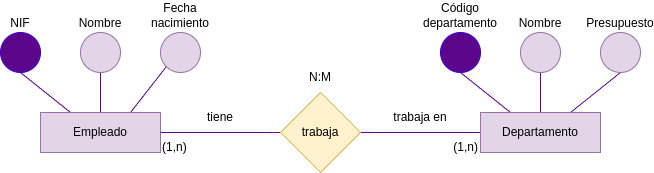
Before: entity-relationship-model/images/relationship-n-m_works2.png, a diagram exported from draw.io (ull-cs/adbd). Source tidied: cells renumbered, new cells last; positions are measured from the earlier drawing's top-left corner, leaving out a move shared by most shapes. Its diagram source:
```xml
<mxGraphModel>
  <root>
    <mxCell id="0" />
    <mxCell id="1" parent="0" />
    <mxCell id="2" style="edgeStyle=none;html=1;exitX=0.25;exitY=0;exitDx=0;exitDy=0;entryX=0.5;entryY=1;entryDx=0;entryDy=0;strokeColor=#5C068C;endArrow=none;endFill=0;" parent="1" edge="1" source="6" target="13">
      <mxGeometry relative="1" as="geometry" />
    </mxCell>
    <mxCell id="3" style="edgeStyle=none;html=1;exitX=0.5;exitY=0;exitDx=0;exitDy=0;entryX=0.5;entryY=1;entryDx=0;entryDy=0;strokeColor=#5C068C;endArrow=none;endFill=0;" parent="1" edge="1" source="6" target="14">
      <mxGeometry relative="1" as="geometry" />
    </mxCell>
    <mxCell id="4" style="edgeStyle=none;html=1;exitX=0.75;exitY=0;exitDx=0;exitDy=0;entryX=0.5;entryY=1;entryDx=0;entryDy=0;strokeColor=#5C068C;endArrow=none;endFill=0;" parent="1" edge="1" source="6" target="15">
      <mxGeometry relative="1" as="geometry" />
    </mxCell>
    <mxCell id="5" style="edgeStyle=none;html=1;exitX=0;exitY=0.5;exitDx=0;exitDy=0;entryX=1;entryY=0.5;entryDx=0;entryDy=0;endArrow=none;endFill=0;strokeColor=#5C068C;" parent="1" edge="1" source="6" target="18">
      <mxGeometry relative="1" as="geometry" />
    </mxCell>
    <mxCell id="6" value="Departamento" style="rounded=0;whiteSpace=wrap;html=1;fillColor=#e1d5e7;strokeColor=#9673a6;" parent="1" vertex="1">
      <mxGeometry x="480" y="80" width="120" height="40" as="geometry" />
    </mxCell>
    <mxCell id="7" style="edgeStyle=none;html=1;exitX=0.25;exitY=0;exitDx=0;exitDy=0;entryX=0.5;entryY=1;entryDx=0;entryDy=0;strokeColor=#5C068C;endArrow=none;endFill=0;" parent="1" edge="1" source="16" target="10">
      <mxGeometry relative="1" as="geometry" />
    </mxCell>
    <mxCell id="8" style="edgeStyle=none;html=1;exitX=0.5;exitY=0;exitDx=0;exitDy=0;entryX=0.5;entryY=1;entryDx=0;entryDy=0;strokeColor=#5C068C;endArrow=none;endFill=0;" parent="1" edge="1" source="16" target="11">
      <mxGeometry relative="1" as="geometry" />
    </mxCell>
    <mxCell id="9" style="edgeStyle=none;html=1;entryX=0;entryY=1;entryDx=0;entryDy=0;strokeColor=#5C068C;endArrow=none;endFill=0;" parent="1" edge="1" target="12">
      <mxGeometry relative="1" as="geometry">
        <mxPoint x="130" y="80" as="sourcePoint" />
      </mxGeometry>
    </mxCell>
    <mxCell id="10" value="NIF" style="ellipse;whiteSpace=wrap;html=1;fillColor=#5C068C;fontColor=#000000;strokeColor=#3700CC;verticalAlign=bottom;labelPosition=center;verticalLabelPosition=top;align=center;" parent="1" vertex="1">
      <mxGeometry width="40" height="40" as="geometry" />
    </mxCell>
    <mxCell id="11" value="Nombre" style="ellipse;whiteSpace=wrap;html=1;fillColor=#e1d5e7;strokeColor=#9673a6;verticalAlign=bottom;labelPosition=center;verticalLabelPosition=top;align=center;" parent="1" vertex="1">
      <mxGeometry x="80" width="40" height="40" as="geometry" />
    </mxCell>
    <mxCell id="12" value="Fecha nacimiento" style="ellipse;whiteSpace=wrap;html=1;fillColor=#e1d5e7;strokeColor=#9673a6;verticalAlign=bottom;labelPosition=center;verticalLabelPosition=top;align=center;" parent="1" vertex="1">
      <mxGeometry x="160" width="40" height="40" as="geometry" />
    </mxCell>
    <mxCell id="13" value="Código departamento" style="ellipse;whiteSpace=wrap;html=1;fillColor=#5C068C;fontColor=#000000;strokeColor=#3700CC;verticalAlign=bottom;labelPosition=center;verticalLabelPosition=top;align=center;" parent="1" vertex="1">
      <mxGeometry x="440" width="40" height="40" as="geometry" />
    </mxCell>
    <mxCell id="14" value="Nombre" style="ellipse;whiteSpace=wrap;html=1;fillColor=#e1d5e7;strokeColor=#9673a6;verticalAlign=bottom;labelPosition=center;verticalLabelPosition=top;align=center;" parent="1" vertex="1">
      <mxGeometry x="520" width="40" height="40" as="geometry" />
    </mxCell>
    <mxCell id="15" value="Presupuesto" style="ellipse;whiteSpace=wrap;html=1;fillColor=#e1d5e7;strokeColor=#9673a6;verticalAlign=bottom;labelPosition=center;verticalLabelPosition=top;align=center;" parent="1" vertex="1">
      <mxGeometry x="600" width="40" height="40" as="geometry" />
    </mxCell>
    <mxCell id="16" value="Empleado" style="rounded=0;whiteSpace=wrap;html=1;fillColor=#e1d5e7;strokeColor=#9673a6;" parent="1" vertex="1">
      <mxGeometry x="40" y="80" width="120" height="40" as="geometry" />
    </mxCell>
    <mxCell id="17" style="edgeStyle=none;html=1;exitX=0;exitY=0.5;exitDx=0;exitDy=0;entryX=1;entryY=0.5;entryDx=0;entryDy=0;endArrow=none;endFill=0;strokeColor=#5C068C;" parent="1" edge="1" source="18" target="16">
      <mxGeometry relative="1" as="geometry" />
    </mxCell>
    <mxCell id="18" value="trabaja" style="rhombus;whiteSpace=wrap;html=1;fillColor=#fff2cc;strokeColor=#d6b656;" parent="1" vertex="1">
      <mxGeometry x="280" y="60" width="80" height="80" as="geometry" />
    </mxCell>
    <mxCell id="19" value="tiene" style="text;html=1;strokeColor=none;fillColor=none;align=center;verticalAlign=middle;whiteSpace=wrap;rounded=0;" parent="1" vertex="1">
      <mxGeometry x="160" y="70" width="120" height="30" as="geometry" />
    </mxCell>
    <mxCell id="20" value="trabaja en" style="text;html=1;strokeColor=none;fillColor=none;align=center;verticalAlign=middle;whiteSpace=wrap;rounded=0;" parent="1" vertex="1">
      <mxGeometry x="360" y="70" width="120" height="30" as="geometry" />
    </mxCell>
    <mxCell id="21" value="N:M" style="text;html=1;strokeColor=none;fillColor=none;align=center;verticalAlign=middle;whiteSpace=wrap;rounded=0;" parent="1" vertex="1">
      <mxGeometry x="260" y="30" width="120" height="30" as="geometry" />
    </mxCell>
    <mxCell id="22" value="(1,n)" style="text;html=1;strokeColor=none;fillColor=none;align=left;verticalAlign=middle;whiteSpace=wrap;rounded=0;" parent="1" vertex="1">
      <mxGeometry x="160" y="100" width="120" height="30" as="geometry" />
    </mxCell>
    <mxCell id="23" value="(1,n)" style="text;html=1;strokeColor=none;fillColor=none;align=right;verticalAlign=middle;whiteSpace=wrap;rounded=0;" parent="1" vertex="1">
      <mxGeometry x="360" y="100" width="120" height="30" as="geometry" />
    </mxCell>
  </root>
</mxGraphModel>
```
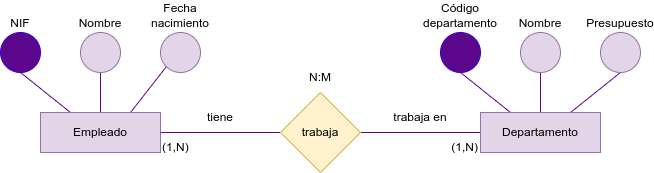
Above is the later version.

What changed in the source:
```diff
@@ -64,10 +64,10 @@
     <mxCell id="21" value="N:M" style="text;html=1;strokeColor=none;fillColor=none;align=center;verticalAlign=middle;whiteSpace=wrap;rounded=0;" parent="1" vertex="1">
       <mxGeometry x="260" y="30" width="120" height="30" as="geometry" />
     </mxCell>
-    <mxCell id="22" value="(1,n)" style="text;html=1;strokeColor=none;fillColor=none;align=left;verticalAlign=middle;whiteSpace=wrap;rounded=0;" parent="1" vertex="1">
+    <mxCell id="22" value="(1,N)" style="text;html=1;strokeColor=none;fillColor=none;align=left;verticalAlign=middle;whiteSpace=wrap;rounded=0;" parent="1" vertex="1">
       <mxGeometry x="160" y="100" width="120" height="30" as="geometry" />
     </mxCell>
-    <mxCell id="23" value="(1,n)" style="text;html=1;strokeColor=none;fillColor=none;align=right;verticalAlign=middle;whiteSpace=wrap;rounded=0;" parent="1" vertex="1">
+    <mxCell id="23" value="(1,N)" style="text;html=1;strokeColor=none;fillColor=none;align=right;verticalAlign=middle;whiteSpace=wrap;rounded=0;" parent="1" vertex="1">
       <mxGeometry x="360" y="100" width="120" height="30" as="geometry" />
     </mxCell>
   </root>
```
